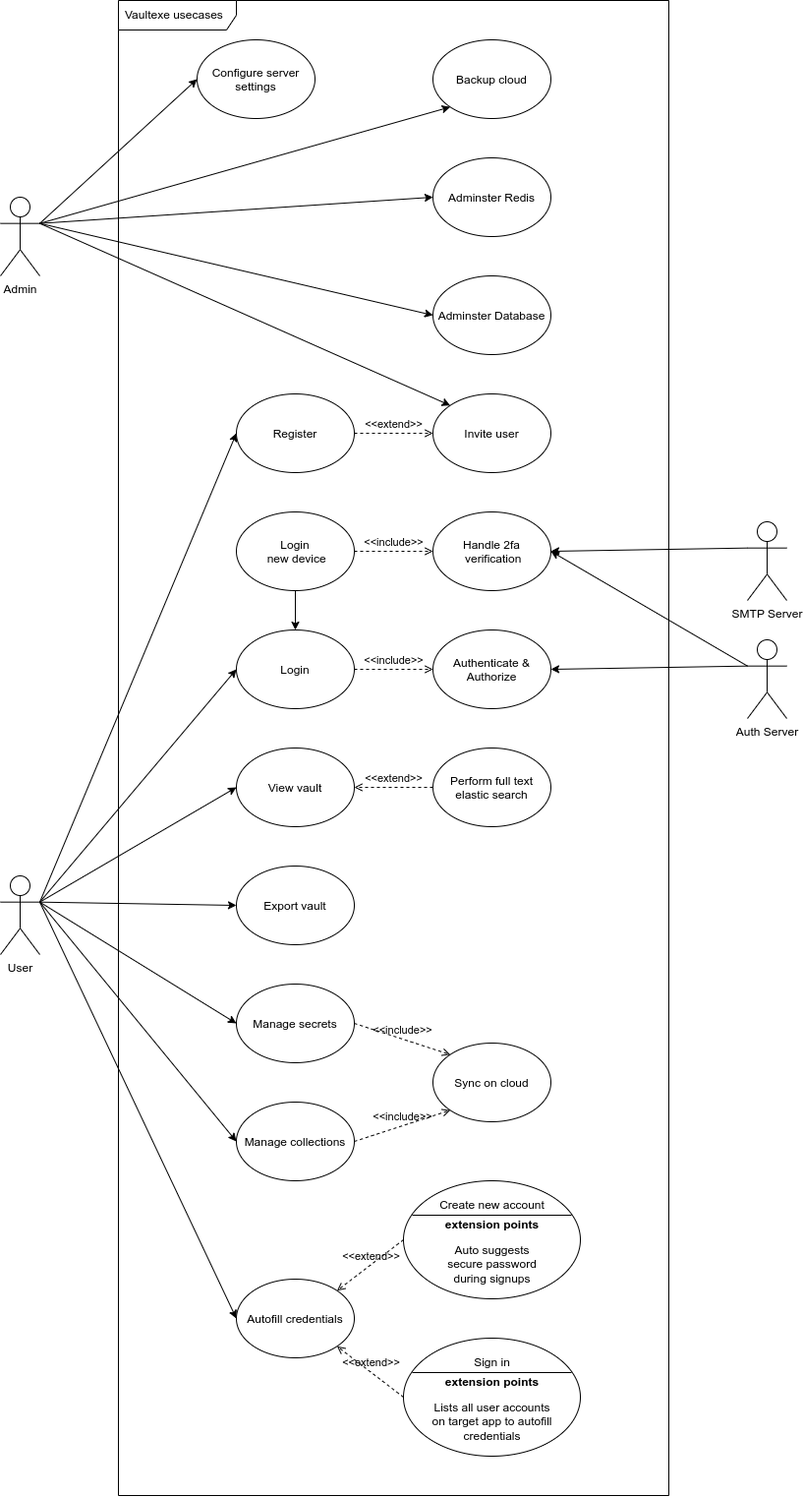
This is usecase.drawio.png from Vaultexe/diagrams, a draw.io export, as it was before one commit. Source tidied: cells renumbered, new cells last; positions are measured from the earlier drawing's top-left corner, leaving out a move shared by most shapes.
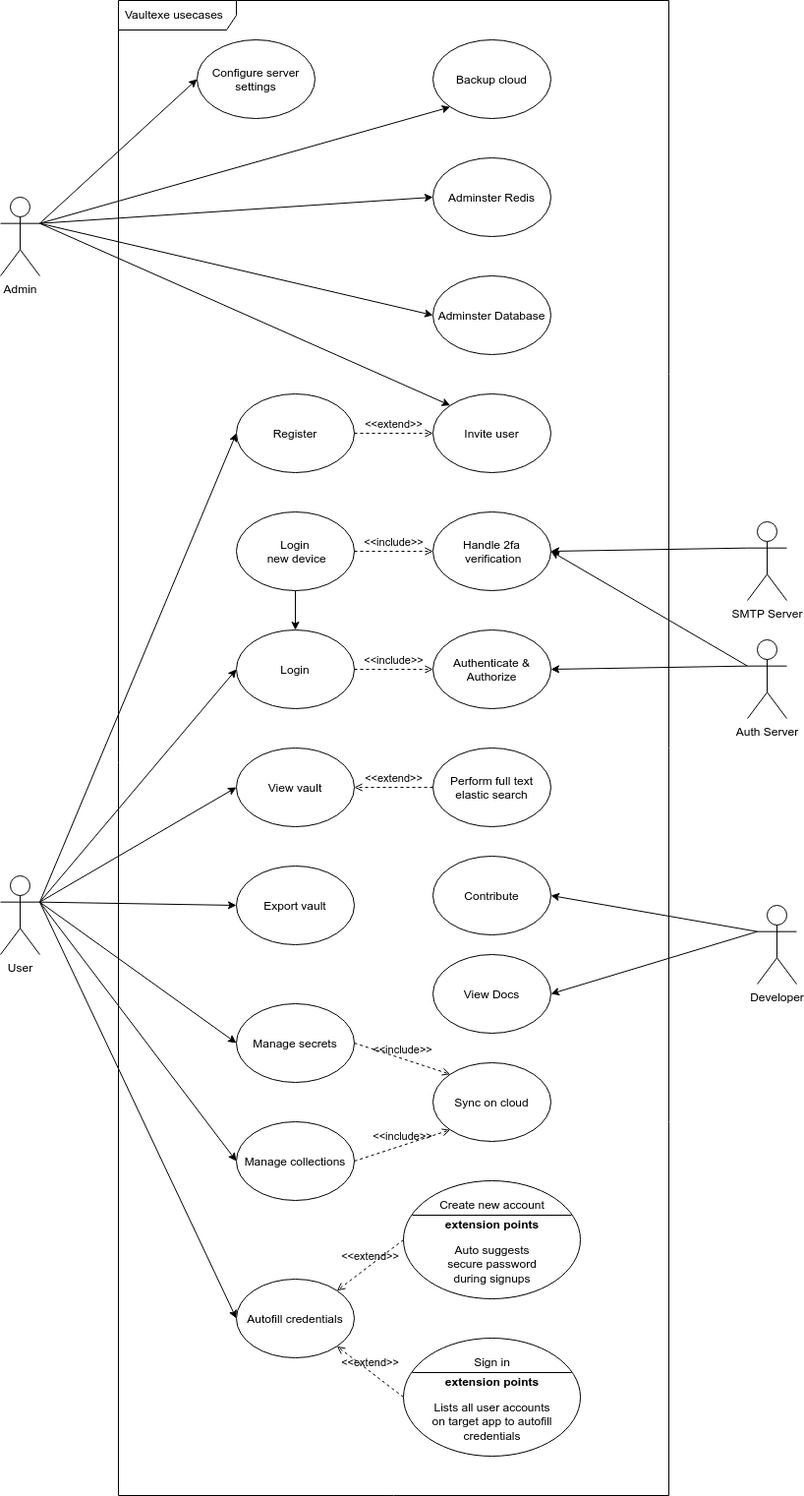
After the change.

Diff of the diagram source:
```diff
@@ -42,7 +42,7 @@
       <mxGeometry x="760" y="530" width="40" height="80" as="geometry" />
     </mxCell>
     <mxCell id="15" value="Manage secrets" style="ellipse;rounded=0;" parent="1" vertex="1">
-      <mxGeometry x="240" y="1000" width="120" height="80" as="geometry" />
+      <mxGeometry x="240" y="1020" width="120" height="80" as="geometry" />
     </mxCell>
     <mxCell id="16" value="View vault" style="ellipse;rounded=0;" parent="1" vertex="1">
       <mxGeometry x="240" y="760" width="120" height="80" as="geometry" />
@@ -69,7 +69,7 @@
       <mxGeometry relative="1" as="geometry" />
     </mxCell>
     <mxCell id="24" value="Sync on cloud" style="ellipse;rounded=0;" parent="1" vertex="1">
-      <mxGeometry x="440" y="1060" width="120" height="80" as="geometry" />
+      <mxGeometry x="440" y="1080" width="120" height="80" as="geometry" />
     </mxCell>
     <mxCell id="25" value="&amp;lt;&amp;lt;include&amp;gt;&amp;gt;" style="html=1;verticalAlign=bottom;labelBackgroundColor=none;endArrow=open;endFill=0;dashed=1;exitX=1;exitY=0.5;exitDx=0;exitDy=0;entryX=0;entryY=0;entryDx=0;entryDy=0;rounded=0;" parent="1" edge="1" source="15" target="24">
       <mxGeometry relative="1" as="geometry" />
@@ -144,7 +144,7 @@
       <mxGeometry relative="1" as="geometry" />
     </mxCell>
     <mxCell id="49" value="Manage collections" style="ellipse;rounded=0;" parent="1" vertex="1">
-      <mxGeometry x="240" y="1120" width="120" height="80" as="geometry" />
+      <mxGeometry x="240" y="1140" width="120" height="80" as="geometry" />
     </mxCell>
     <mxCell id="50" value="&amp;lt;&amp;lt;include&amp;gt;&amp;gt;" style="html=1;verticalAlign=bottom;labelBackgroundColor=none;endArrow=open;endFill=0;dashed=1;exitX=1;exitY=0.5;exitDx=0;exitDy=0;entryX=0;entryY=1;entryDx=0;entryDy=0;rounded=0;" parent="1" edge="1" source="49" target="24">
       <mxGeometry relative="1" as="geometry" />
@@ -170,5 +170,20 @@
     <mxCell id="57" value="Adminster Redis" style="ellipse;rounded=0;" parent="1" vertex="1">
       <mxGeometry x="440" y="160" width="120" height="80" as="geometry" />
     </mxCell>
+    <mxCell id="58" style="edgeStyle=none;html=1;exitX=0;exitY=0.3333333333333333;exitDx=0;exitDy=0;exitPerimeter=0;entryX=1;entryY=0.5;entryDx=0;entryDy=0;" parent="1" edge="1" source="60" target="61">
+      <mxGeometry relative="1" as="geometry" />
+    </mxCell>
+    <mxCell id="59" style="edgeStyle=none;html=1;exitX=0;exitY=0.3333333333333333;exitDx=0;exitDy=0;exitPerimeter=0;entryX=1;entryY=0.5;entryDx=0;entryDy=0;" parent="1" edge="1" source="60" target="62">
+      <mxGeometry relative="1" as="geometry" />
+    </mxCell>
+    <mxCell id="60" value="Developer" style="shape=umlActor;verticalLabelPosition=bottom;verticalAlign=top;html=1;rounded=0;" parent="1" vertex="1">
+      <mxGeometry x="770" y="920" width="40" height="80" as="geometry" />
+    </mxCell>
+    <mxCell id="61" value="Contribute" style="ellipse;rounded=0;" parent="1" vertex="1">
+      <mxGeometry x="440" y="870" width="120" height="80" as="geometry" />
+    </mxCell>
+    <mxCell id="62" value="View Docs" style="ellipse;rounded=0;" parent="1" vertex="1">
+      <mxGeometry x="440" y="970" width="120" height="80" as="geometry" />
+    </mxCell>
   </root>
 </mxGraphModel>
```
